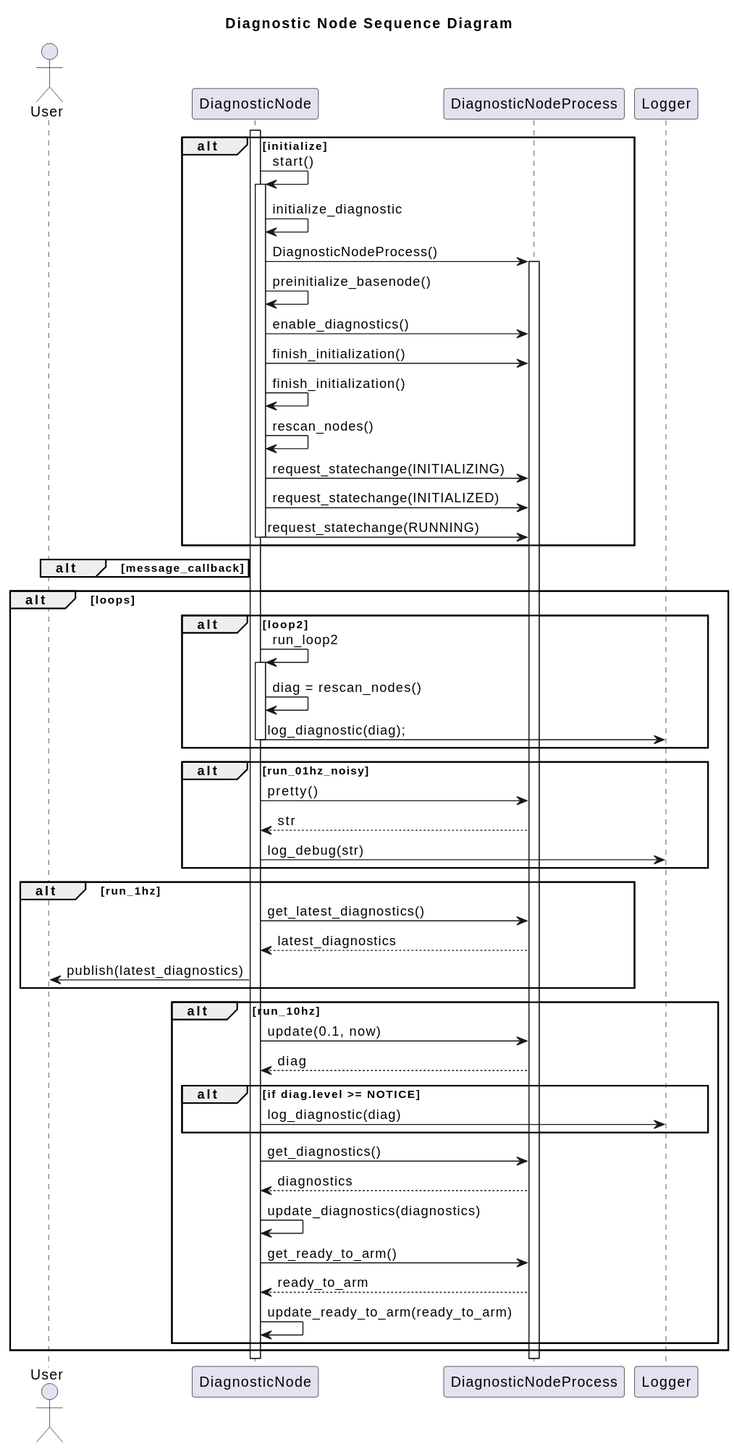
The PlantUML diagram doc/Diagnostic/output/DiagnosticNodeSequenceDiagram.svg in dgitz/eros, before a commit.
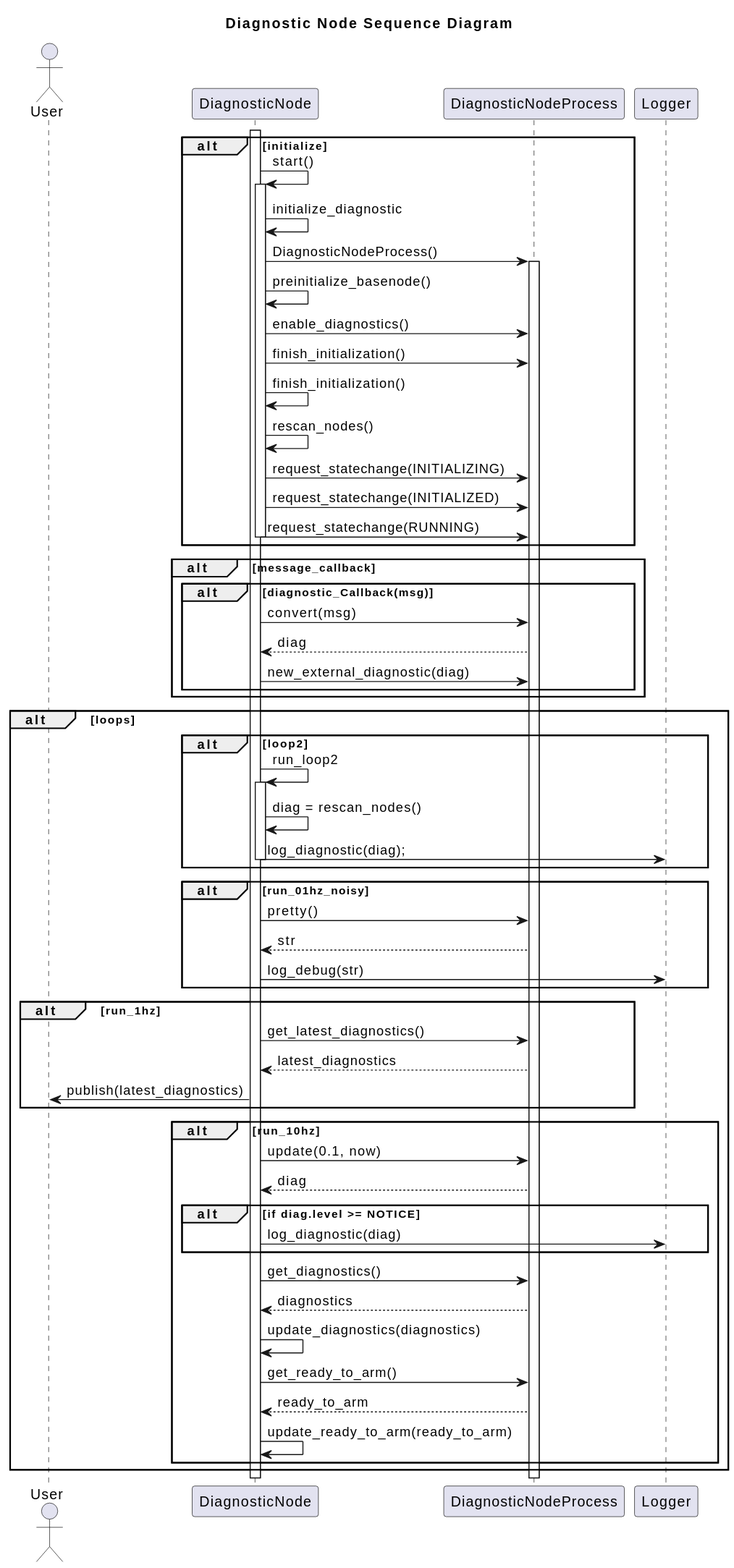
Above is the later version.

The edit, as a diff of the source:
```diff
@@ -22,6 +22,11 @@
 end
 
 alt message_callback
+    alt diagnostic_Callback(msg)
+    node -> process: convert(msg)
+    process --> node: diag
+    node -> process: new_external_diagnostic(diag)
+    end
 end
 
 alt loops
```
